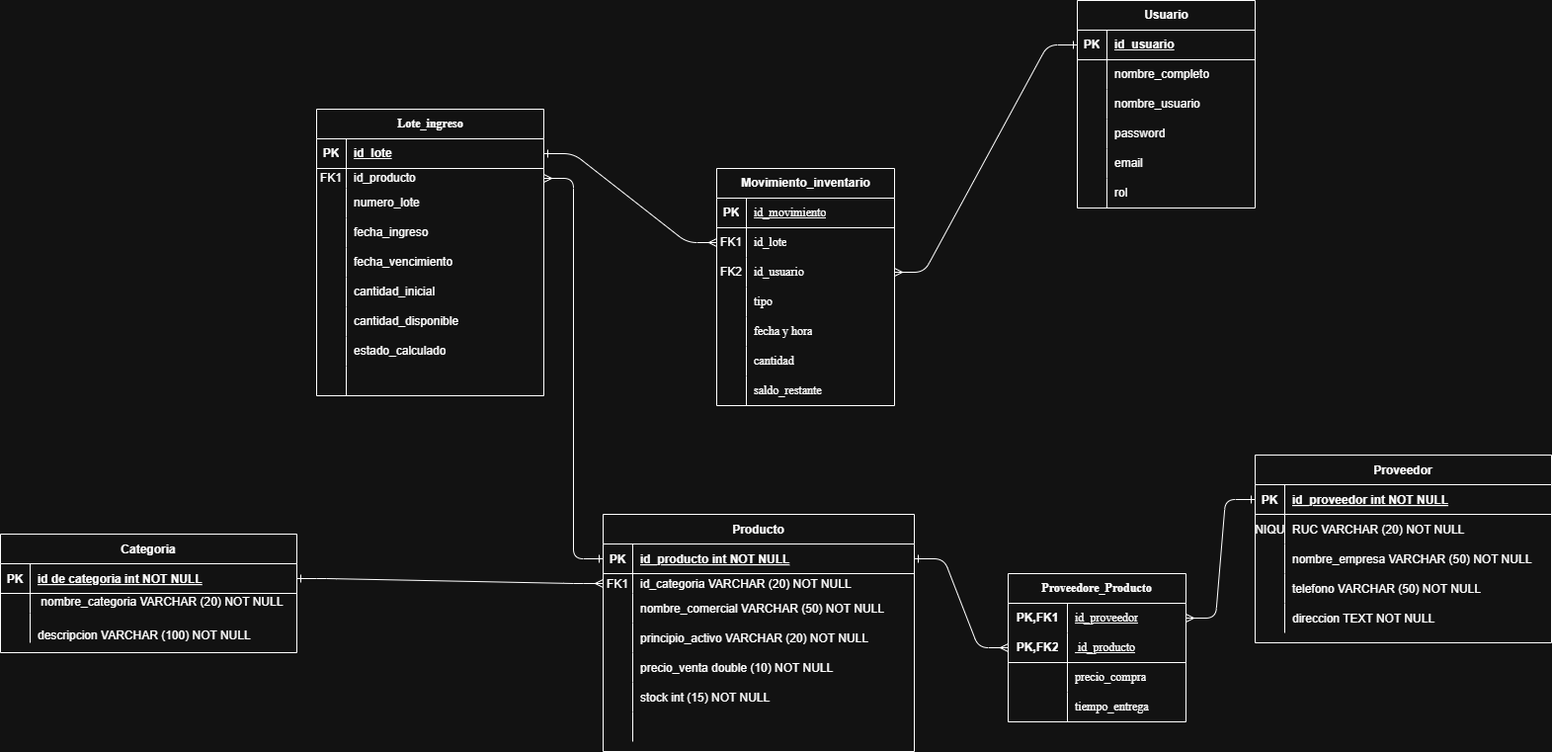
Above: Modelo_Relacional U01.png in Criss-21/Proyecto_BD_U01 (draw.io), before the change. Source tidied: cells renumbered, new cells last; positions are measured from the earlier drawing's top-left corner, leaving out a move shared by most shapes.
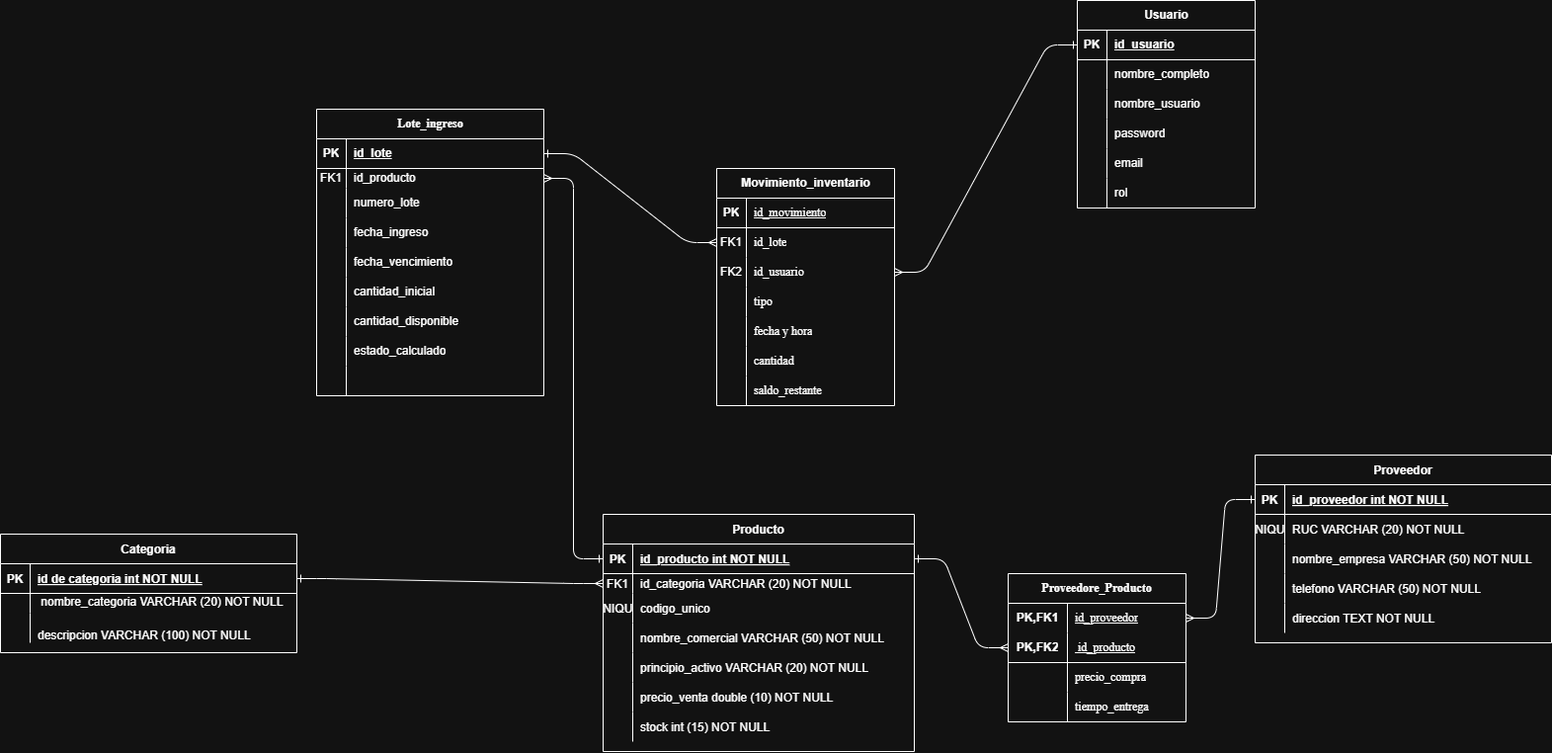
After the change.

What changed in the source:
```diff
@@ -74,8 +74,17 @@
     <mxCell id="25" value="id_categoria VARCHAR (20) NOT NULL" style="shape=partialRectangle;overflow=hidden;fillColor=none;top=0;left=0;bottom=0;right=0;align=left;spacingLeft=6;" parent="23" vertex="1">
       <mxGeometry x="30" width="285" height="20" as="geometry" />
     </mxCell>
+    <mxCell id="38" style="shape=partialRectangle;fillColor=none;top=0;left=0;right=0;bottom=0;" parent="19" vertex="1">
+      <mxGeometry y="80" width="315" height="30" as="geometry" />
+    </mxCell>
+    <mxCell id="39" value="UNIQUE" style="shape=partialRectangle;overflow=hidden;fillColor=none;top=0;left=0;bottom=0;right=0;" parent="38" vertex="1">
+      <mxGeometry width="30" height="30" as="geometry" />
+    </mxCell>
+    <mxCell id="40" value="codigo_unico" style="shape=partialRectangle;overflow=hidden;fillColor=none;top=0;left=0;bottom=0;right=0;align=left;spacingLeft=6;" parent="38" vertex="1">
+      <mxGeometry x="30" width="285" height="30" as="geometry" />
+    </mxCell>
     <mxCell id="26" style="shape=partialRectangle;fillColor=none;top=0;left=0;right=0;bottom=0;" parent="19" vertex="1">
-      <mxGeometry y="80" width="315" height="30" as="geometry" />
+      <mxGeometry y="110" width="315" height="30" as="geometry" />
     </mxCell>
     <mxCell id="27" style="shape=partialRectangle;overflow=hidden;fillColor=none;top=0;left=0;bottom=0;right=0;" parent="26" vertex="1">
       <mxGeometry width="30" height="30" as="geometry" />
@@ -84,7 +93,7 @@
       <mxGeometry x="30" width="285" height="30" as="geometry" />
     </mxCell>
     <mxCell id="29" style="shape=partialRectangle;fillColor=none;top=0;left=0;right=0;bottom=0;" parent="19" vertex="1">
-      <mxGeometry y="110" width="315" height="30" as="geometry" />
+      <mxGeometry y="140" width="315" height="30" as="geometry" />
     </mxCell>
     <mxCell id="30" style="shape=partialRectangle;overflow=hidden;fillColor=none;top=0;left=0;bottom=0;right=0;" parent="29" vertex="1">
       <mxGeometry width="30" height="30" as="geometry" />
@@ -93,7 +102,7 @@
       <mxGeometry x="30" width="285" height="30" as="geometry" />
     </mxCell>
     <mxCell id="32" style="shape=partialRectangle;fillColor=none;top=0;left=0;right=0;bottom=0;" parent="19" vertex="1">
-      <mxGeometry y="140" width="315" height="30" as="geometry" />
+      <mxGeometry y="170" width="315" height="30" as="geometry" />
     </mxCell>
     <mxCell id="33" style="shape=partialRectangle;overflow=hidden;fillColor=none;top=0;left=0;bottom=0;right=0;" parent="32" vertex="1">
       <mxGeometry width="30" height="30" as="geometry" />
@@ -102,7 +111,7 @@
       <mxGeometry x="30" width="285" height="30" as="geometry" />
     </mxCell>
     <mxCell id="35" style="shape=partialRectangle;fillColor=none;top=0;left=0;right=0;bottom=0;" parent="19" vertex="1">
-      <mxGeometry y="170" width="315" height="30" as="geometry" />
+      <mxGeometry y="200" width="315" height="30" as="geometry" />
     </mxCell>
     <mxCell id="36" style="shape=partialRectangle;overflow=hidden;fillColor=none;top=0;left=0;bottom=0;right=0;" parent="35" vertex="1">
       <mxGeometry width="30" height="30" as="geometry" />
@@ -110,15 +119,6 @@
     <mxCell id="37" value="stock int (15) NOT NULL" style="shape=partialRectangle;overflow=hidden;fillColor=none;top=0;left=0;bottom=0;right=0;align=left;spacingLeft=6;" parent="35" vertex="1">
       <mxGeometry x="30" width="285" height="30" as="geometry" />
     </mxCell>
-    <mxCell id="38" style="shape=partialRectangle;fillColor=none;top=0;left=0;right=0;bottom=0;" parent="19" vertex="1">
-      <mxGeometry y="200" width="315" height="30" as="geometry" />
-    </mxCell>
-    <mxCell id="39" style="shape=partialRectangle;overflow=hidden;fillColor=none;top=0;left=0;bottom=0;right=0;" parent="38" vertex="1">
-      <mxGeometry width="30" height="30" as="geometry" />
-    </mxCell>
-    <mxCell id="40" style="shape=partialRectangle;overflow=hidden;fillColor=none;top=0;left=0;bottom=0;right=0;align=left;spacingLeft=6;" parent="38" vertex="1">
-      <mxGeometry x="30" width="285" height="30" as="geometry" />
-    </mxCell>
     <mxCell id="41" value="Categoria" style="shape=table;startSize=30;rowLines=0;fontStyle=1;align=center;" parent="1" vertex="1">
       <mxGeometry y="540" width="300" height="120" as="geometry" />
     </mxCell>
```
